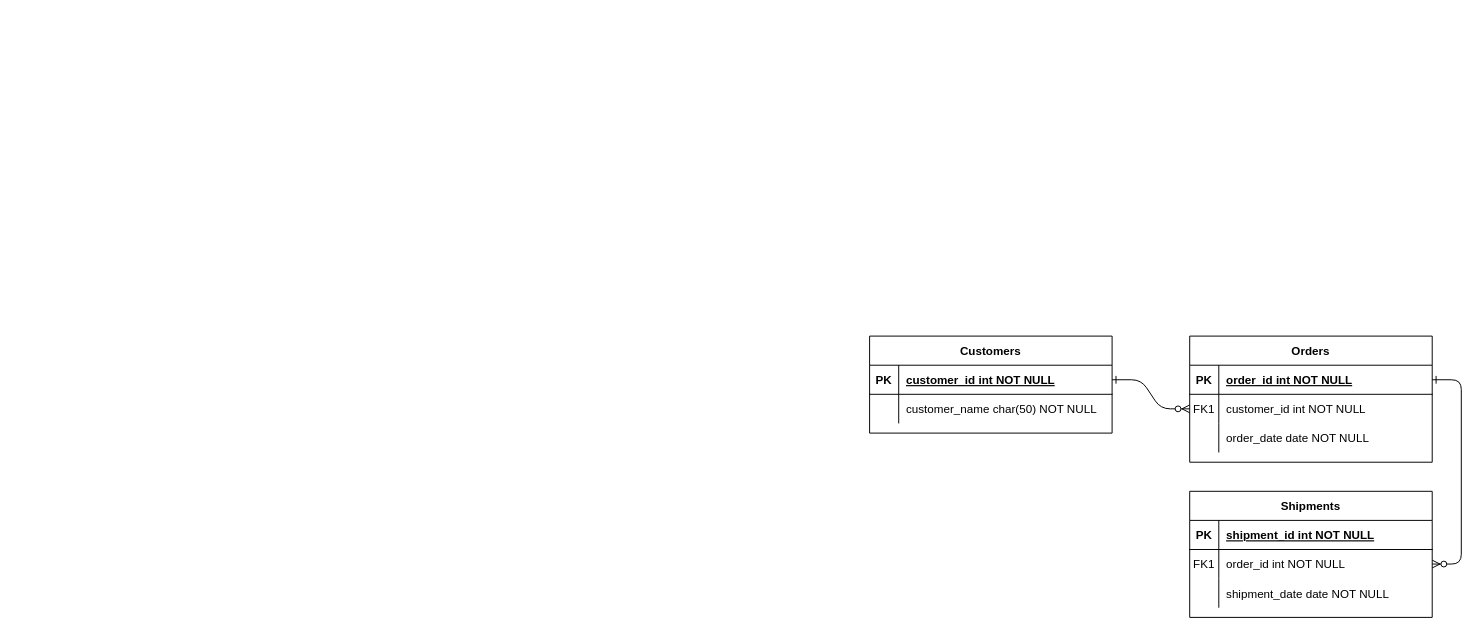
Above: Diagrama Físico.drawio in josephmb830/cursosql (draw.io), before the change. Source tidied: cells renumbered, new cells numbered last; positions are measured from the earlier drawing's top-left corner, leaving out a move shared by most shapes. Both pictures are drawn from the tidied source at 97%, with x=0, y=0 at pixel (869, 336).
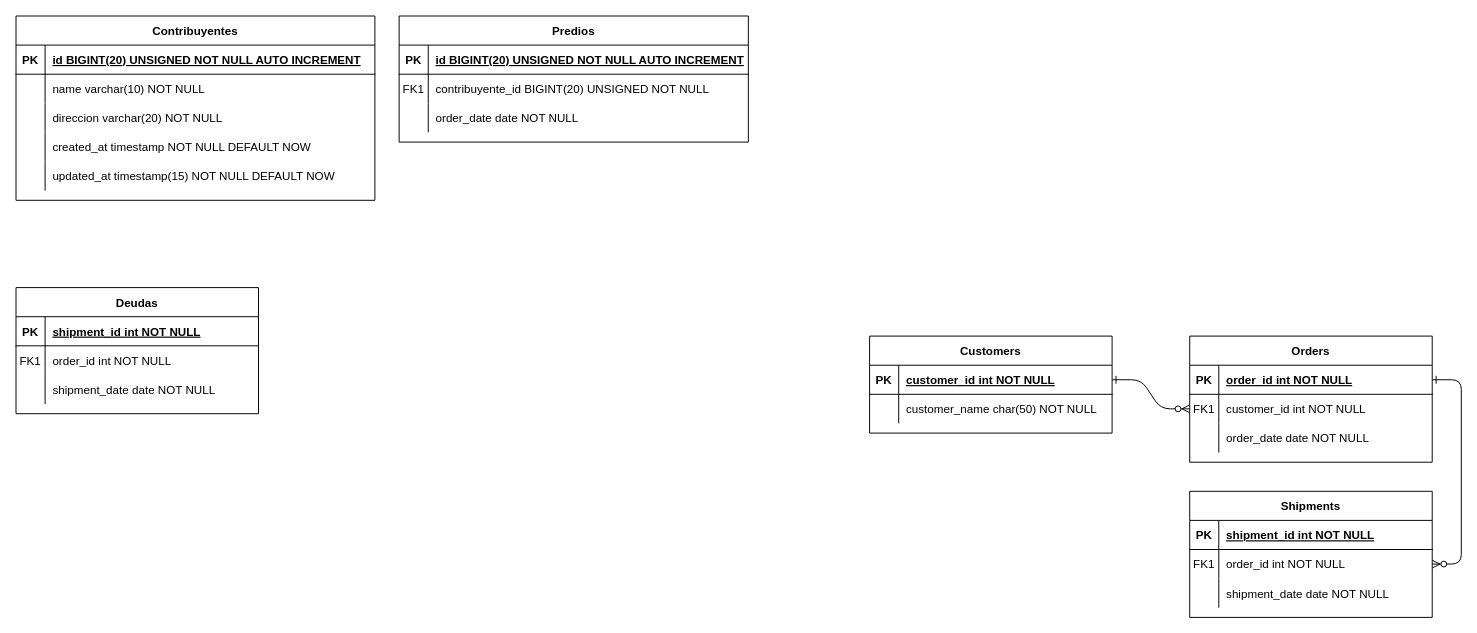
After the change.

The edit, as a diff of the source:
```diff
@@
+    <mxCell id="31" value="Contribuyentes" style="shape=table;startSize=30;childLayout=tableLayout;rowLines=0;fontStyle=1;align=center;" parent="1" vertex="1">
+      <mxGeometry x="-880" y="-330" width="370" height="190" as="geometry" />
+    </mxCell>
+    <mxCell id="32" style="shape=partialRectangle;fillColor=none;top=0;left=0;right=0;bottom=1;" parent="31" vertex="1">
+      <mxGeometry y="30" width="370" height="30" as="geometry" />
+    </mxCell>
+    <mxCell id="33" value="PK" style="shape=partialRectangle;overflow=hidden;fillColor=none;top=0;left=0;bottom=0;right=0;fontStyle=1;" parent="32" vertex="1">
+      <mxGeometry width="30" height="30" as="geometry" />
+    </mxCell>
+    <mxCell id="34" value="id BIGINT(20) UNSIGNED NOT NULL AUTO INCREMENT" style="shape=partialRectangle;overflow=hidden;fillColor=none;top=0;left=0;bottom=0;right=0;align=left;spacingLeft=6;fontStyle=5;" parent="32" vertex="1">
+      <mxGeometry x="30" width="340" height="30" as="geometry" />
+    </mxCell>
+    <mxCell id="35" style="shape=partialRectangle;fillColor=none;top=0;left=0;right=0;bottom=0;" parent="31" vertex="1">
+      <mxGeometry y="60" width="370" height="30" as="geometry" />
+    </mxCell>
+    <mxCell id="36" style="shape=partialRectangle;overflow=hidden;fillColor=none;top=0;left=0;bottom=0;right=0;" parent="35" vertex="1">
+      <mxGeometry width="30" height="30" as="geometry" />
+    </mxCell>
+    <mxCell id="37" value="name varchar(10) NOT NULL" style="shape=partialRectangle;overflow=hidden;fillColor=none;top=0;left=0;bottom=0;right=0;align=left;spacingLeft=6;" parent="35" vertex="1">
+      <mxGeometry x="30" width="340" height="30" as="geometry" />
+    </mxCell>
+    <mxCell id="38" style="shape=partialRectangle;fillColor=none;top=0;left=0;right=0;bottom=0;" parent="31" vertex="1">
+      <mxGeometry y="90" width="370" height="30" as="geometry" />
+    </mxCell>
+    <mxCell id="39" style="shape=partialRectangle;overflow=hidden;fillColor=none;top=0;left=0;bottom=0;right=0;" parent="38" vertex="1">
+      <mxGeometry width="30" height="30" as="geometry" />
+    </mxCell>
+    <mxCell id="40" value="direccion varchar(20) NOT NULL" style="shape=partialRectangle;overflow=hidden;fillColor=none;top=0;left=0;bottom=0;right=0;align=left;spacingLeft=6;" parent="38" vertex="1">
+      <mxGeometry x="30" width="340" height="30" as="geometry" />
+    </mxCell>
+    <mxCell id="41" style="shape=partialRectangle;fillColor=none;top=0;left=0;right=0;bottom=0;" parent="31" vertex="1">
+      <mxGeometry y="120" width="370" height="30" as="geometry" />
+    </mxCell>
+    <mxCell id="42" style="shape=partialRectangle;overflow=hidden;fillColor=none;top=0;left=0;bottom=0;right=0;" parent="41" vertex="1">
+      <mxGeometry width="30" height="30" as="geometry" />
+    </mxCell>
+    <mxCell id="43" value="created_at timestamp NOT NULL DEFAULT NOW" style="shape=partialRectangle;overflow=hidden;fillColor=none;top=0;left=0;bottom=0;right=0;align=left;spacingLeft=6;" parent="41" vertex="1">
+      <mxGeometry x="30" width="340" height="30" as="geometry" />
+    </mxCell>
+    <mxCell id="44" style="shape=partialRectangle;fillColor=none;top=0;left=0;right=0;bottom=0;" parent="31" vertex="1">
+      <mxGeometry y="150" width="370" height="30" as="geometry" />
+    </mxCell>
+    <mxCell id="45" style="shape=partialRectangle;overflow=hidden;fillColor=none;top=0;left=0;bottom=0;right=0;" parent="44" vertex="1">
+      <mxGeometry width="30" height="30" as="geometry" />
+    </mxCell>
+    <mxCell id="46" value="updated_at timestamp(15) NOT NULL DEFAULT NOW" style="shape=partialRectangle;overflow=hidden;fillColor=none;top=0;left=0;bottom=0;right=0;align=left;spacingLeft=6;" parent="44" vertex="1">
+      <mxGeometry x="30" width="340" height="30" as="geometry" />
+    </mxCell>
+    <mxCell id="47" value="Predios" style="shape=table;startSize=30;childLayout=tableLayout;rowLines=0;fontStyle=1;align=center;" parent="1" vertex="1">
+      <mxGeometry x="-485" y="-330" width="360" height="130" as="geometry" />
+    </mxCell>
+    <mxCell id="48" style="shape=partialRectangle;fillColor=none;top=0;left=0;right=0;bottom=1;" parent="47" vertex="1">
+      <mxGeometry y="30" width="360" height="30" as="geometry" />
+    </mxCell>
+    <mxCell id="49" value="PK" style="shape=partialRectangle;overflow=hidden;fillColor=none;top=0;left=0;bottom=0;right=0;fontStyle=1;" parent="48" vertex="1">
+      <mxGeometry width="30" height="30" as="geometry" />
+    </mxCell>
+    <mxCell id="50" value="id BIGINT(20) UNSIGNED NOT NULL AUTO INCREMENT" style="shape=partialRectangle;overflow=hidden;fillColor=none;top=0;left=0;bottom=0;right=0;align=left;spacingLeft=6;fontStyle=5;" parent="48" vertex="1">
+      <mxGeometry x="30" width="330" height="30" as="geometry" />
+    </mxCell>
+    <mxCell id="51" style="shape=partialRectangle;fillColor=none;points=[[0,0.5],[1,0.5]];portConstraint=eastwest;top=0;left=0;right=0;bottom=0;" parent="47" vertex="1">
+      <mxGeometry y="60" width="360" height="30" as="geometry" />
+    </mxCell>
+    <mxCell id="52" value="FK1" style="shape=partialRectangle;overflow=hidden;fillColor=none;top=0;left=0;bottom=0;right=0;" parent="51" vertex="1">
+      <mxGeometry width="30" height="30" as="geometry" />
+    </mxCell>
+    <mxCell id="53" value="contribuyente_id BIGINT(20) UNSIGNED NOT NULL " style="shape=partialRectangle;overflow=hidden;fillColor=none;top=0;left=0;bottom=0;right=0;align=left;spacingLeft=6;" parent="51" vertex="1">
+      <mxGeometry x="30" width="330" height="30" as="geometry" />
+    </mxCell>
+    <mxCell id="54" style="shape=partialRectangle;fillColor=none;top=0;left=0;right=0;bottom=0;" parent="47" vertex="1">
+      <mxGeometry y="90" width="360" height="30" as="geometry" />
+    </mxCell>
+    <mxCell id="55" style="shape=partialRectangle;overflow=hidden;fillColor=none;top=0;left=0;bottom=0;right=0;" parent="54" vertex="1">
+      <mxGeometry width="30" height="30" as="geometry" />
+    </mxCell>
+    <mxCell id="56" value="order_date date NOT NULL" style="shape=partialRectangle;overflow=hidden;fillColor=none;top=0;left=0;bottom=0;right=0;align=left;spacingLeft=6;" parent="54" vertex="1">
+      <mxGeometry x="30" width="330" height="30" as="geometry" />
+    </mxCell>
+    <mxCell id="57" style="edgeStyle=none;curved=1;rounded=0;jettySize=auto;html=1;entryX=1;entryY=0.233;entryDx=0;entryDy=0;entryPerimeter=0;fontSize=12;startSize=8;endSize=8;" parent="47" edge="1" source="47" target="51">
+      <mxGeometry relative="1" as="geometry" />
+    </mxCell>
+    <mxCell id="58" value="Deudas" style="shape=table;startSize=30;childLayout=tableLayout;rowLines=0;fontStyle=1;align=center;" parent="1" vertex="1">
+      <mxGeometry x="-880" y="-50" width="250" height="130" as="geometry" />
+    </mxCell>
+    <mxCell id="59" style="shape=partialRectangle;fillColor=none;top=0;left=0;right=0;bottom=1;" parent="58" vertex="1">
+      <mxGeometry y="30" width="250" height="30" as="geometry" />
+    </mxCell>
+    <mxCell id="60" value="PK" style="shape=partialRectangle;overflow=hidden;fillColor=none;top=0;left=0;bottom=0;right=0;fontStyle=1;" parent="59" vertex="1">
+      <mxGeometry width="30" height="30" as="geometry" />
+    </mxCell>
+    <mxCell id="61" value="shipment_id int NOT NULL " style="shape=partialRectangle;overflow=hidden;fillColor=none;top=0;left=0;bottom=0;right=0;align=left;spacingLeft=6;fontStyle=5;" parent="59" vertex="1">
+      <mxGeometry x="30" width="220" height="30" as="geometry" />
+    </mxCell>
+    <mxCell id="62" style="shape=partialRectangle;fillColor=none;top=0;left=0;right=0;bottom=0;" parent="58" vertex="1">
+      <mxGeometry y="60" width="250" height="30" as="geometry" />
+    </mxCell>
+    <mxCell id="63" value="FK1" style="shape=partialRectangle;overflow=hidden;fillColor=none;top=0;left=0;bottom=0;right=0;" parent="62" vertex="1">
+      <mxGeometry width="30" height="30" as="geometry" />
+    </mxCell>
+    <mxCell id="64" value="order_id int NOT NULL" style="shape=partialRectangle;overflow=hidden;fillColor=none;top=0;left=0;bottom=0;right=0;align=left;spacingLeft=6;" parent="62" vertex="1">
+      <mxGeometry x="30" width="220" height="30" as="geometry" />
+    </mxCell>
+    <mxCell id="65" style="shape=partialRectangle;fillColor=none;top=0;left=0;right=0;bottom=0;" parent="58" vertex="1">
+      <mxGeometry y="90" width="250" height="30" as="geometry" />
+    </mxCell>
+    <mxCell id="66" style="shape=partialRectangle;overflow=hidden;fillColor=none;top=0;left=0;bottom=0;right=0;" parent="65" vertex="1">
+      <mxGeometry width="30" height="30" as="geometry" />
+    </mxCell>
+    <mxCell id="67" value="shipment_date date NOT NULL" style="shape=partialRectangle;overflow=hidden;fillColor=none;top=0;left=0;bottom=0;right=0;align=left;spacingLeft=6;" parent="65" vertex="1">
+      <mxGeometry x="30" width="220" height="30" as="geometry" />
+    </mxCell>
```
